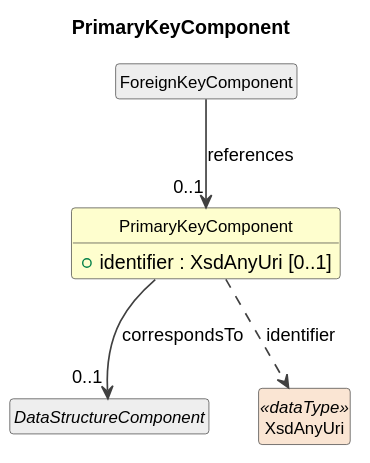
Earlier version of the PlantUML export cdif-uml-model/cdifDataStructure/Classes/PrimaryKeyComponent.svg (Cross-Domain-Interoperability-Framework/metadataBuildingBlocks).
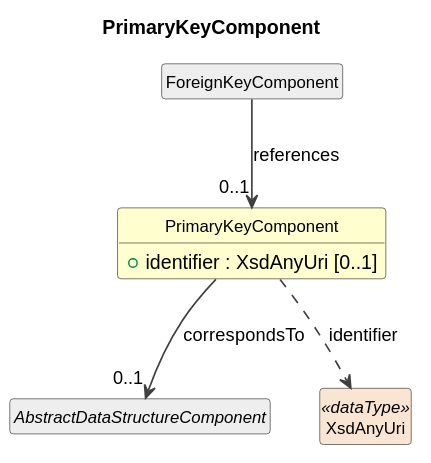
Later version of the same file.

What changed in the source:
```diff
@@ -13,8 +13,8 @@
 class "PrimaryKeyComponent" as PrimaryKeyComponent #FEFECE {
   +identifier : XsdAnyUri [0..1]
 }
-abstract class "DataStructureComponent" as DataStructureComponent #EEEEEE
-PrimaryKeyComponent --> "0..1" DataStructureComponent : correspondsTo
+abstract class "AbstractDataStructureComponent" as AbstractDataStructureComponent #EEEEEE
+PrimaryKeyComponent --> "0..1" AbstractDataStructureComponent : correspondsTo
 class "ForeignKeyComponent" as ForeignKeyComponent #EEEEEE
 ForeignKeyComponent --> "0..1" PrimaryKeyComponent : references
 class "XsdAnyUri" as XsdAnyUri <<dataType>> #FAE5D3
```
